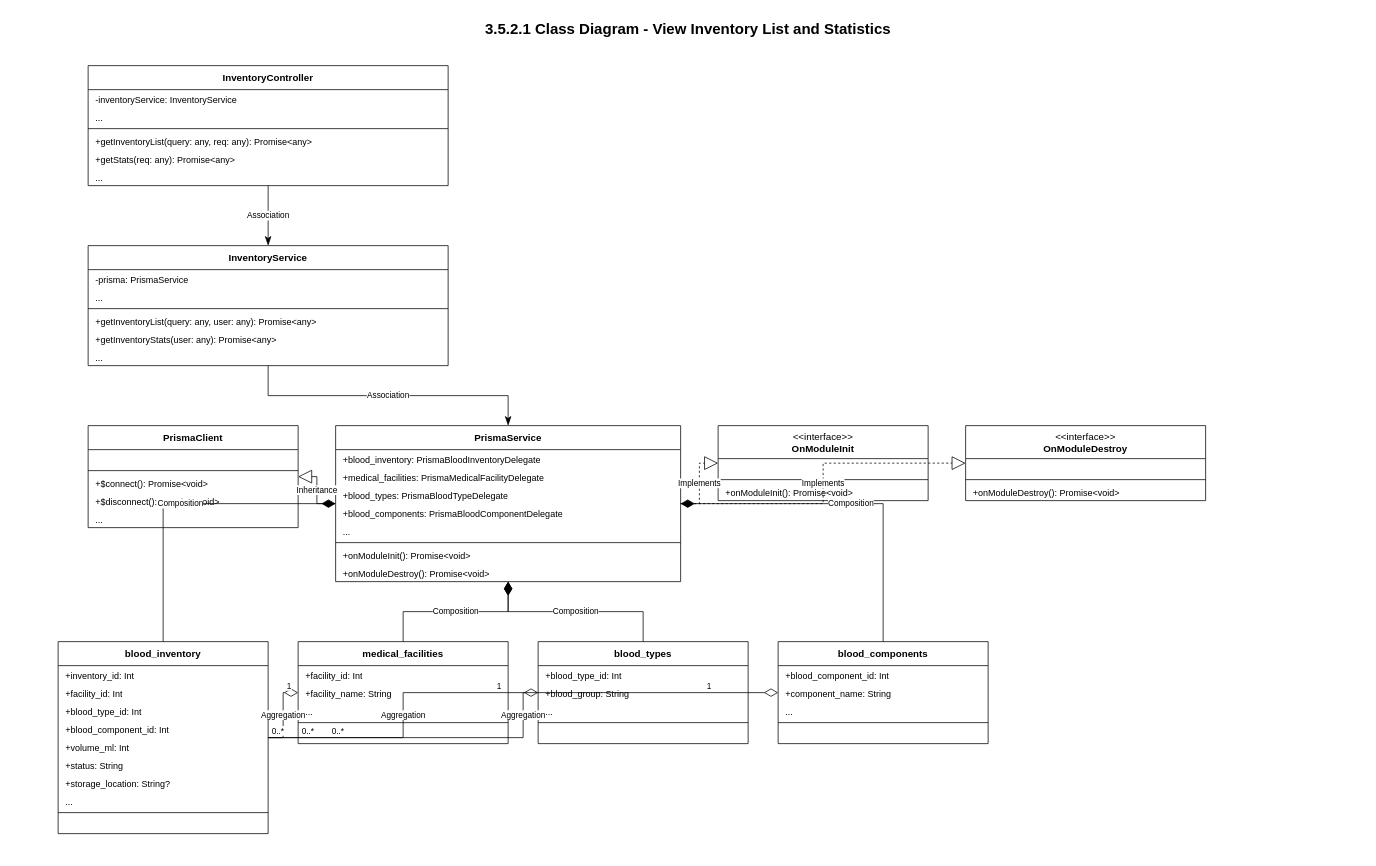
The draw.io diagram page "View Inventory List & Stats" (2 of 6) of inventory_all_class_diagrams.drawio in CuongBC195/class-diagram-donation-blood, before the edit. Source tidied: cells renumbered, new cells numbered last; positions are measured from the earlier drawing's top-left corner, leaving out a move shared by most shapes. Both pictures are drawn from the tidied source at 75%, with x=0, y=0 at pixel (13, 13).
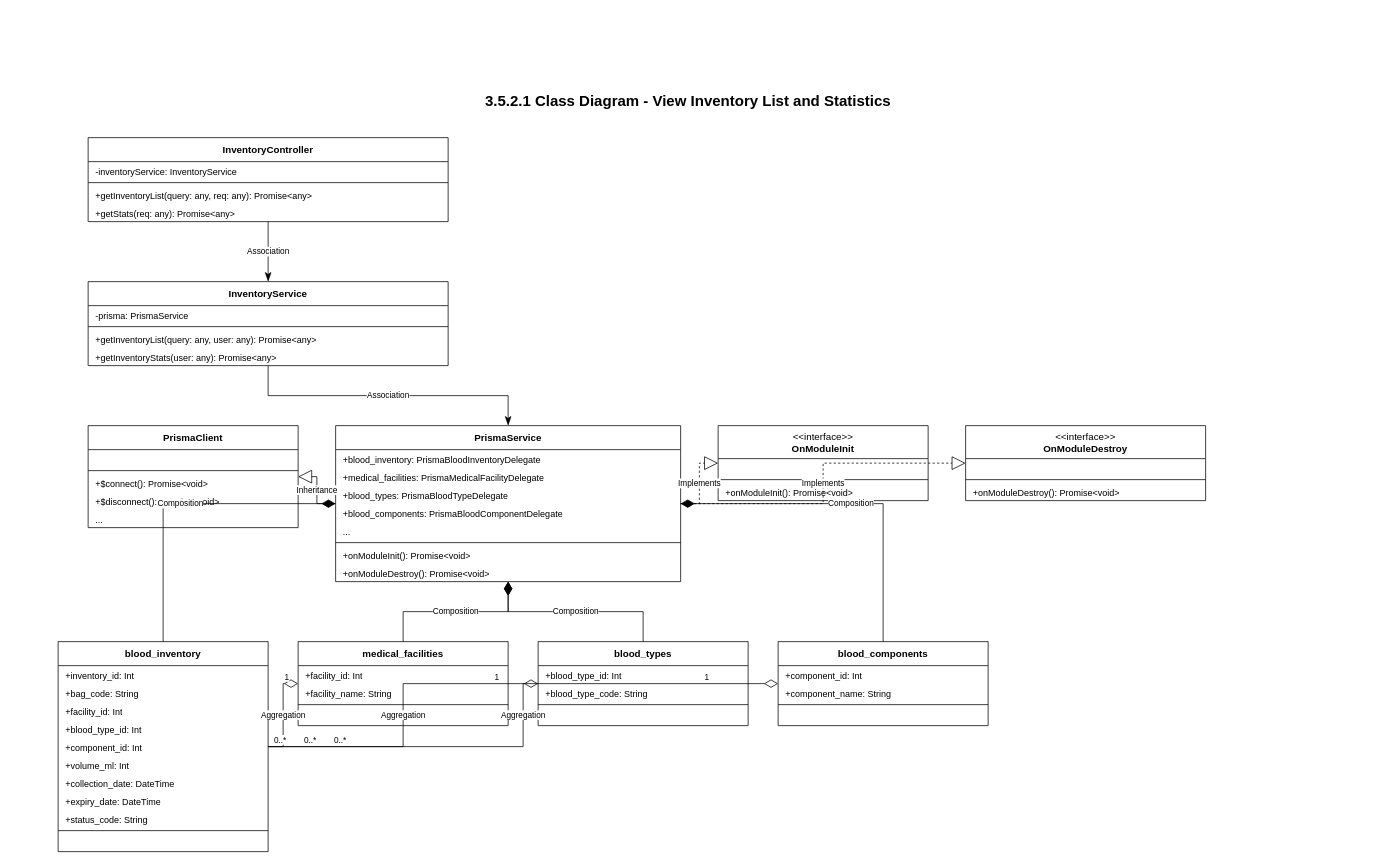
Above is the later version.

Commit message (it also covers changes not shown here):
fix(diagrams): audit Module 3.5 Blood Inventory (6 tabs) 100% matched with code & schema

Change to the diagram source:
```diff
@@
     <mxCell id="2" value="3.5.2.1 Class Diagram - View Inventory List and Statistics" style="text;html=1;strokeColor=none;fillColor=none;align=center;verticalAlign=middle;whiteSpace=wrap;rounded=0;fontFamily=Arial;fontSize=20;fontStyle=1;fontColor=#000000;" parent="1" vertex="1">
-      <mxGeometry width="1800" height="40" as="geometry" />
+      <mxGeometry y="96" width="1800" height="40" as="geometry" />
     </mxCell>
     <mxCell id="3" value="&lt;b&gt;InventoryController&lt;/b&gt;" style="swimlane;fontStyle=0;horizontal=1;startSize=32;whiteSpace=wrap;html=1;fillColor=#ffffff;strokeColor=#000000;swimlaneFillColor=#ffffff;fontColor=#000000;fontFamily=Arial;fontSize=13;" parent="1" vertex="1">
-      <mxGeometry x="100" y="70" width="480" height="160" as="geometry" />
+      <mxGeometry x="100" y="166" width="480" height="112" as="geometry" />
     </mxCell>
@@
-    <mxCell id="5" value="..." style="text;strokeColor=none;fillColor=none;align=left;verticalAlign=top;spacingLeft=8;spacingRight=8;overflow=hidden;whiteSpace=wrap;html=1;fontFamily=Arial;fontSize=12;fontColor=#000000;" parent="3" vertex="1">
-      <mxGeometry y="56" width="480" height="24" as="geometry" />
-    </mxCell>
     <mxCell id="6" style="line;strokeWidth=1;fillColor=none;strokeColor=#000000;align=left;verticalAlign=middle;" parent="3" vertex="1">
-      <mxGeometry y="80" width="480" height="8" as="geometry" />
+      <mxGeometry y="56" width="480" height="8" as="geometry" />
     </mxCell>
     <mxCell id="7" value="+getInventoryList(query: any, req: any): Promise&amp;lt;any&amp;gt;" style="text;strokeColor=none;fillColor=none;align=left;verticalAlign=top;spacingLeft=8;spacingRight=8;overflow=hidden;whiteSpace=wrap;html=1;fontFamily=Arial;fontSize=12;fontColor=#000000;" parent="3" vertex="1">
-      <mxGeometry y="88" width="480" height="24" as="geometry" />
+      <mxGeometry y="64" width="480" height="24" as="geometry" />
     </mxCell>
     <mxCell id="8" value="+getStats(req: any): Promise&amp;lt;any&amp;gt;" style="text;strokeColor=none;fillColor=none;align=left;verticalAlign=top;spacingLeft=8;spacingRight=8;overflow=hidden;whiteSpace=wrap;html=1;fontFamily=Arial;fontSize=12;fontColor=#000000;" parent="3" vertex="1">
-      <mxGeometry y="112" width="480" height="24" as="geometry" />
+      <mxGeometry y="88" width="480" height="24" as="geometry" />
     </mxCell>
-    <mxCell id="9" value="..." style="text;strokeColor=none;fillColor=none;align=left;verticalAlign=top;spacingLeft=8;spacingRight=8;overflow=hidden;whiteSpace=wrap;html=1;fontFamily=Arial;fontSize=12;fontColor=#000000;" parent="3" vertex="1">
-      <mxGeometry y="136" width="480" height="24" as="geometry" />
-    </mxCell>
     <mxCell id="10" value="&lt;b&gt;InventoryService&lt;/b&gt;" style="swimlane;fontStyle=0;horizontal=1;startSize=32;whiteSpace=wrap;html=1;fillColor=#ffffff;strokeColor=#000000;swimlaneFillColor=#ffffff;fontColor=#000000;fontFamily=Arial;fontSize=13;" parent="1" vertex="1">
-      <mxGeometry x="100" y="310" width="480" height="160" as="geometry" />
+      <mxGeometry x="100" y="358" width="480" height="112" as="geometry" />
     </mxCell>
@@
-    <mxCell id="12" value="..." style="text;strokeColor=none;fillColor=none;align=left;verticalAlign=top;spacingLeft=8;spacingRight=8;overflow=hidden;whiteSpace=wrap;html=1;fontFamily=Arial;fontSize=12;fontColor=#000000;" parent="10" vertex="1">
-      <mxGeometry y="56" width="480" height="24" as="geometry" />
-    </mxCell>
     <mxCell id="13" style="line;strokeWidth=1;fillColor=none;strokeColor=#000000;align=left;verticalAlign=middle;" parent="10" vertex="1">
-      <mxGeometry y="80" width="480" height="8" as="geometry" />
+      <mxGeometry y="56" width="480" height="8" as="geometry" />
     </mxCell>
     <mxCell id="14" value="+getInventoryList(query: any, user: any): Promise&amp;lt;any&amp;gt;" style="text;strokeColor=none;fillColor=none;align=left;verticalAlign=top;spacingLeft=8;spacingRight=8;overflow=hidden;whiteSpace=wrap;html=1;fontFamily=Arial;fontSize=12;fontColor=#000000;" parent="10" vertex="1">
-      <mxGeometry y="88" width="480" height="24" as="geometry" />
+      <mxGeometry y="64" width="480" height="24" as="geometry" />
     </mxCell>
     <mxCell id="15" value="+getInventoryStats(user: any): Promise&amp;lt;any&amp;gt;" style="text;strokeColor=none;fillColor=none;align=left;verticalAlign=top;spacingLeft=8;spacingRight=8;overflow=hidden;whiteSpace=wrap;html=1;fontFamily=Arial;fontSize=12;fontColor=#000000;" parent="10" vertex="1">
-      <mxGeometry y="112" width="480" height="24" as="geometry" />
+      <mxGeometry y="88" width="480" height="24" as="geometry" />
     </mxCell>
-    <mxCell id="16" value="..." style="text;strokeColor=none;fillColor=none;align=left;verticalAlign=top;spacingLeft=8;spacingRight=8;overflow=hidden;whiteSpace=wrap;html=1;fontFamily=Arial;fontSize=12;fontColor=#000000;" parent="10" vertex="1">
-      <mxGeometry y="136" width="480" height="24" as="geometry" />
-    </mxCell>
@@
     <mxCell id="40" value="&lt;b&gt;blood_inventory&lt;/b&gt;" style="swimlane;fontStyle=0;horizontal=1;startSize=32;whiteSpace=wrap;html=1;fillColor=#ffffff;strokeColor=#000000;swimlaneFillColor=#ffffff;fontColor=#000000;fontFamily=Arial;fontSize=13;" parent="1" vertex="1">
-      <mxGeometry x="60" y="838" width="280" height="256" as="geometry" />
+      <mxGeometry x="60" y="838" width="280" height="280" as="geometry" />
     </mxCell>
@@
-    <mxCell id="42" value="+facility_id: Int" style="text;strokeColor=none;fillColor=none;align=left;verticalAlign=top;spacingLeft=8;spacingRight=8;overflow=hidden;whiteSpace=wrap;html=1;fontFamily=Arial;fontSize=12;fontColor=#000000;" parent="40" vertex="1">
+    <mxCell id="42" value="+bag_code: String" style="text;strokeColor=none;fillColor=none;align=left;verticalAlign=top;spacingLeft=8;spacingRight=8;overflow=hidden;whiteSpace=wrap;html=1;fontFamily=Arial;fontSize=12;fontColor=#000000;" parent="40" vertex="1">
       <mxGeometry y="56" width="280" height="24" as="geometry" />
     </mxCell>
-    <mxCell id="43" value="+blood_type_id: Int" style="text;strokeColor=none;fillColor=none;align=left;verticalAlign=top;spacingLeft=8;spacingRight=8;overflow=hidden;whiteSpace=wrap;html=1;fontFamily=Arial;fontSize=12;fontColor=#000000;" parent="40" vertex="1">
+    <mxCell id="43" value="+facility_id: Int" style="text;strokeColor=none;fillColor=none;align=left;verticalAlign=top;spacingLeft=8;spacingRight=8;overflow=hidden;whiteSpace=wrap;html=1;fontFamily=Arial;fontSize=12;fontColor=#000000;" parent="40" vertex="1">
       <mxGeometry y="80" width="280" height="24" as="geometry" />
     </mxCell>
-    <mxCell id="44" value="+blood_component_id: Int" style="text;strokeColor=none;fillColor=none;align=left;verticalAlign=top;spacingLeft=8;spacingRight=8;overflow=hidden;whiteSpace=wrap;html=1;fontFamily=Arial;fontSize=12;fontColor=#000000;" parent="40" vertex="1">
+    <mxCell id="44" value="+blood_type_id: Int" style="text;strokeColor=none;fillColor=none;align=left;verticalAlign=top;spacingLeft=8;spacingRight=8;overflow=hidden;whiteSpace=wrap;html=1;fontFamily=Arial;fontSize=12;fontColor=#000000;" parent="40" vertex="1">
       <mxGeometry y="104" width="280" height="24" as="geometry" />
     </mxCell>
-    <mxCell id="45" value="+volume_ml: Int" style="text;strokeColor=none;fillColor=none;align=left;verticalAlign=top;spacingLeft=8;spacingRight=8;overflow=hidden;whiteSpace=wrap;html=1;fontFamily=Arial;fontSize=12;fontColor=#000000;" parent="40" vertex="1">
+    <mxCell id="45" value="+component_id: Int" style="text;strokeColor=none;fillColor=none;align=left;verticalAlign=top;spacingLeft=8;spacingRight=8;overflow=hidden;whiteSpace=wrap;html=1;fontFamily=Arial;fontSize=12;fontColor=#000000;" parent="40" vertex="1">
       <mxGeometry y="128" width="280" height="24" as="geometry" />
     </mxCell>
-    <mxCell id="46" value="+status: String" style="text;strokeColor=none;fillColor=none;align=left;verticalAlign=top;spacingLeft=8;spacingRight=8;overflow=hidden;whiteSpace=wrap;html=1;fontFamily=Arial;fontSize=12;fontColor=#000000;" parent="40" vertex="1">
+    <mxCell id="46" value="+volume_ml: Int" style="text;strokeColor=none;fillColor=none;align=left;verticalAlign=top;spacingLeft=8;spacingRight=8;overflow=hidden;whiteSpace=wrap;html=1;fontFamily=Arial;fontSize=12;fontColor=#000000;" parent="40" vertex="1">
       <mxGeometry y="152" width="280" height="24" as="geometry" />
     </mxCell>
-    <mxCell id="47" value="+storage_location: String?" style="text;strokeColor=none;fillColor=none;align=left;verticalAlign=top;spacingLeft=8;spacingRight=8;overflow=hidden;whiteSpace=wrap;html=1;fontFamily=Arial;fontSize=12;fontColor=#000000;" parent="40" vertex="1">
+    <mxCell id="47" value="+collection_date: DateTime" style="text;strokeColor=none;fillColor=none;align=left;verticalAlign=top;spacingLeft=8;spacingRight=8;overflow=hidden;whiteSpace=wrap;html=1;fontFamily=Arial;fontSize=12;fontColor=#000000;" parent="40" vertex="1">
       <mxGeometry y="176" width="280" height="24" as="geometry" />
     </mxCell>
-    <mxCell id="48" value="..." style="text;strokeColor=none;fillColor=none;align=left;verticalAlign=top;spacingLeft=8;spacingRight=8;overflow=hidden;whiteSpace=wrap;html=1;fontFamily=Arial;fontSize=12;fontColor=#000000;" parent="40" vertex="1">
+    <mxCell id="48" value="+expiry_date: DateTime" style="text;strokeColor=none;fillColor=none;align=left;verticalAlign=top;spacingLeft=8;spacingRight=8;overflow=hidden;whiteSpace=wrap;html=1;fontFamily=Arial;fontSize=12;fontColor=#000000;" parent="40" vertex="1">
       <mxGeometry y="200" width="280" height="24" as="geometry" />
     </mxCell>
+    <mxCell id="87" value="+status_code: String" style="text;strokeColor=none;fillColor=none;align=left;verticalAlign=top;spacingLeft=8;spacingRight=8;overflow=hidden;whiteSpace=wrap;html=1;fontFamily=Arial;fontSize=12;fontColor=#000000;" parent="40" vertex="1">
+      <mxGeometry y="224" width="280" height="24" as="geometry" />
+    </mxCell>
     <mxCell id="49" style="line;strokeWidth=1;fillColor=none;strokeColor=#000000;align=left;verticalAlign=middle;" parent="40" vertex="1">
-      <mxGeometry y="224" width="280" height="8" as="geometry" />
+      <mxGeometry y="248" width="280" height="8" as="geometry" />
     </mxCell>
     <mxCell id="50" value=" " style="text;strokeColor=none;fillColor=none;align=left;verticalAlign=top;spacingLeft=8;spacingRight=8;overflow=hidden;whiteSpace=wrap;html=1;fontFamily=Arial;fontSize=12;fontColor=#000000;" parent="40" vertex="1">
-      <mxGeometry y="232" width="280" height="24" as="geometry" />
+      <mxGeometry y="256" width="280" height="24" as="geometry" />
     </mxCell>
     <mxCell id="51" value="&lt;b&gt;medical_facilities&lt;/b&gt;" style="swimlane;fontStyle=0;horizontal=1;startSize=32;whiteSpace=wrap;html=1;fillColor=#ffffff;strokeColor=#000000;swimlaneFillColor=#ffffff;fontColor=#000000;fontFamily=Arial;fontSize=13;" parent="1" vertex="1">
-      <mxGeometry x="380" y="838" width="280" height="136" as="geometry" />
+      <mxGeometry x="380" y="838" width="280" height="112" as="geometry" />
     </mxCell>
@@
-    <mxCell id="54" value="..." style="text;strokeColor=none;fillColor=none;align=left;verticalAlign=top;spacingLeft=8;spacingRight=8;overflow=hidden;whiteSpace=wrap;html=1;fontFamily=Arial;fontSize=12;fontColor=#000000;" parent="51" vertex="1">
-      <mxGeometry y="80" width="280" height="24" as="geometry" />
-    </mxCell>
     <mxCell id="55" style="line;strokeWidth=1;fillColor=none;strokeColor=#000000;align=left;verticalAlign=middle;" parent="51" vertex="1">
-      <mxGeometry y="104" width="280" height="8" as="geometry" />
+      <mxGeometry y="80" width="280" height="8" as="geometry" />
     </mxCell>
     <mxCell id="56" value=" " style="text;strokeColor=none;fillColor=none;align=left;verticalAlign=top;spacingLeft=8;spacingRight=8;overflow=hidden;whiteSpace=wrap;html=1;fontFamily=Arial;fontSize=12;fontColor=#000000;" parent="51" vertex="1">
-      <mxGeometry y="112" width="280" height="24" as="geometry" />
+      <mxGeometry y="88" width="280" height="24" as="geometry" />
     </mxCell>
     <mxCell id="57" value="&lt;b&gt;blood_types&lt;/b&gt;" style="swimlane;fontStyle=0;horizontal=1;startSize=32;whiteSpace=wrap;html=1;fillColor=#ffffff;strokeColor=#000000;swimlaneFillColor=#ffffff;fontColor=#000000;fontFamily=Arial;fontSize=13;" parent="1" vertex="1">
-      <mxGeometry x="700" y="838" width="280" height="136" as="geometry" />
+      <mxGeometry x="700" y="838" width="280" height="112" as="geometry" />
     </mxCell>
@@
-    <mxCell id="59" value="+blood_group: String" style="text;strokeColor=none;fillColor=none;align=left;verticalAlign=top;spacingLeft=8;spacingRight=8;overflow=hidden;whiteSpace=wrap;html=1;fontFamily=Arial;fontSize=12;fontColor=#000000;" parent="57" vertex="1">
+    <mxCell id="59" value="+blood_type_code: String" style="text;strokeColor=none;fillColor=none;align=left;verticalAlign=top;spacingLeft=8;spacingRight=8;overflow=hidden;whiteSpace=wrap;html=1;fontFamily=Arial;fontSize=12;fontColor=#000000;" parent="57" vertex="1">
       <mxGeometry y="56" width="280" height="24" as="geometry" />
     </mxCell>
-    <mxCell id="60" value="..." style="text;strokeColor=none;fillColor=none;align=left;verticalAlign=top;spacingLeft=8;spacingRight=8;overflow=hidden;whiteSpace=wrap;html=1;fontFamily=Arial;fontSize=12;fontColor=#000000;" parent="57" vertex="1">
-      <mxGeometry y="80" width="280" height="24" as="geometry" />
-    </mxCell>
     <mxCell id="61" style="line;strokeWidth=1;fillColor=none;strokeColor=#000000;align=left;verticalAlign=middle;" parent="57" vertex="1">
-      <mxGeometry y="104" width="280" height="8" as="geometry" />
+      <mxGeometry y="80" width="280" height="8" as="geometry" />
     </mxCell>
     <mxCell id="62" value=" " style="text;strokeColor=none;fillColor=none;align=left;verticalAlign=top;spacingLeft=8;spacingRight=8;overflow=hidden;whiteSpace=wrap;html=1;fontFamily=Arial;fontSize=12;fontColor=#000000;" parent="57" vertex="1">
-      <mxGeometry y="112" width="280" height="24" as="geometry" />
+      <mxGeometry y="88" width="280" height="24" as="geometry" />
     </mxCell>
     <mxCell id="63" value="&lt;b&gt;blood_components&lt;/b&gt;" style="swimlane;fontStyle=0;horizontal=1;startSize=32;whiteSpace=wrap;html=1;fillColor=#ffffff;strokeColor=#000000;swimlaneFillColor=#ffffff;fontColor=#000000;fontFamily=Arial;fontSize=13;" parent="1" vertex="1">
-      <mxGeometry x="1020" y="838" width="280" height="136" as="geometry" />
+      <mxGeometry x="1020" y="838" width="280" height="112" as="geometry" />
     </mxCell>
-    <mxCell id="64" value="+blood_component_id: Int" style="text;strokeColor=none;fillColor=none;align=left;verticalAlign=top;spacingLeft=8;spacingRight=8;overflow=hidden;whiteSpace=wrap;html=1;fontFamily=Arial;fontSize=12;fontColor=#000000;" parent="63" vertex="1">
+    <mxCell id="64" value="+component_id: Int" style="text;strokeColor=none;fillColor=none;align=left;verticalAlign=top;spacingLeft=8;spacingRight=8;overflow=hidden;whiteSpace=wrap;html=1;fontFamily=Arial;fontSize=12;fontColor=#000000;" parent="63" vertex="1">
       <mxGeometry y="32" width="280" height="24" as="geometry" />
     </mxCell>
@@
-    <mxCell id="66" value="..." style="text;strokeColor=none;fillColor=none;align=left;verticalAlign=top;spacingLeft=8;spacingRight=8;overflow=hidden;whiteSpace=wrap;html=1;fontFamily=Arial;fontSize=12;fontColor=#000000;" parent="63" vertex="1">
-      <mxGeometry y="80" width="280" height="24" as="geometry" />
-    </mxCell>
     <mxCell id="67" style="line;strokeWidth=1;fillColor=none;strokeColor=#000000;align=left;verticalAlign=middle;" parent="63" vertex="1">
-      <mxGeometry y="104" width="280" height="8" as="geometry" />
+      <mxGeometry y="80" width="280" height="8" as="geometry" />
     </mxCell>
     <mxCell id="68" value=" " style="text;strokeColor=none;fillColor=none;align=left;verticalAlign=top;spacingLeft=8;spacingRight=8;overflow=hidden;whiteSpace=wrap;html=1;fontFamily=Arial;fontSize=12;fontColor=#000000;" parent="63" vertex="1">
-      <mxGeometry y="112" width="280" height="24" as="geometry" />
+      <mxGeometry y="88" width="280" height="24" as="geometry" />
     </mxCell>
```
